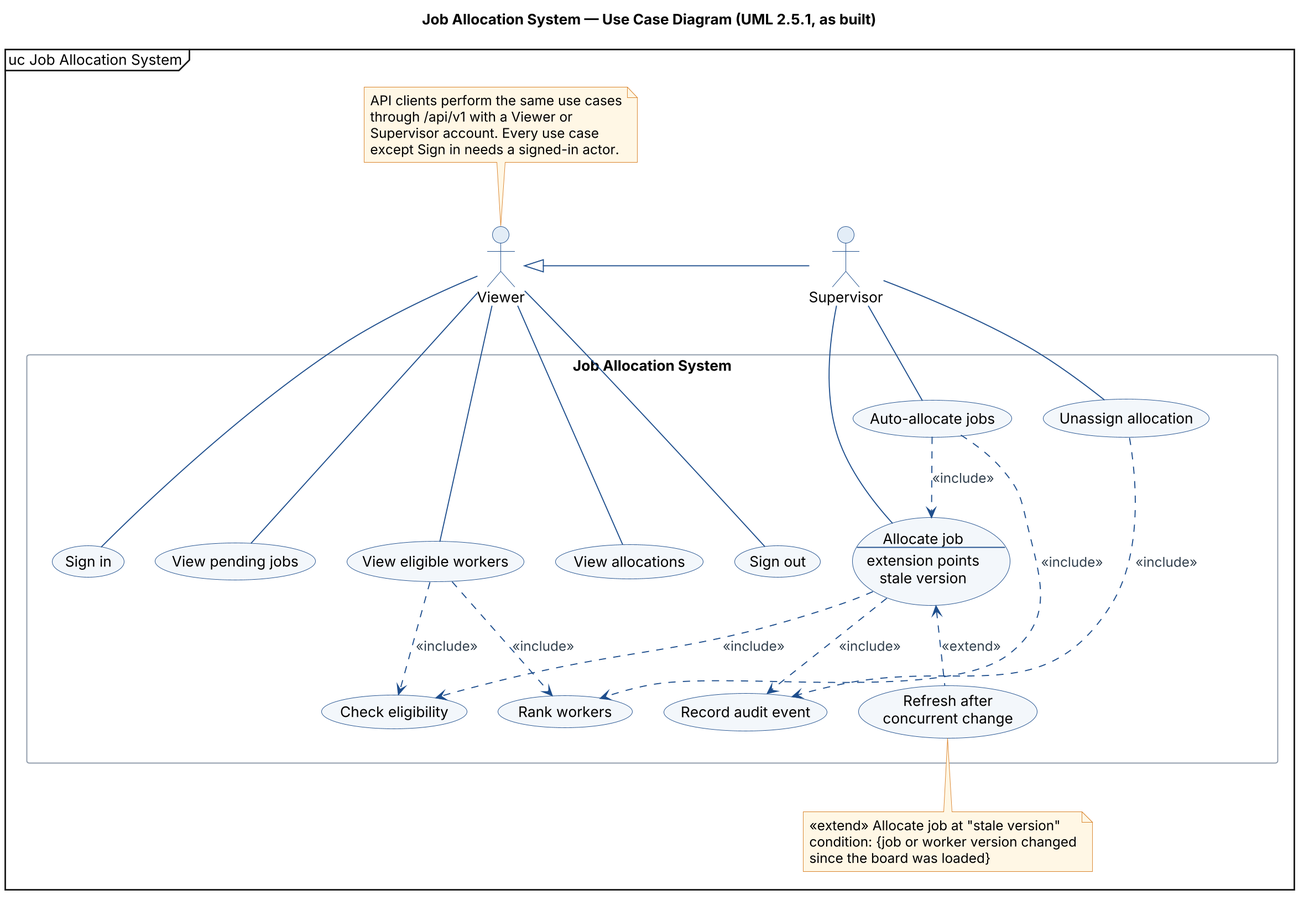
jaricsng/ooad-3tier-job-allocation keeps this PlantUML diagram as diagrams/png/15-usecase.png. Above is the earlier version.
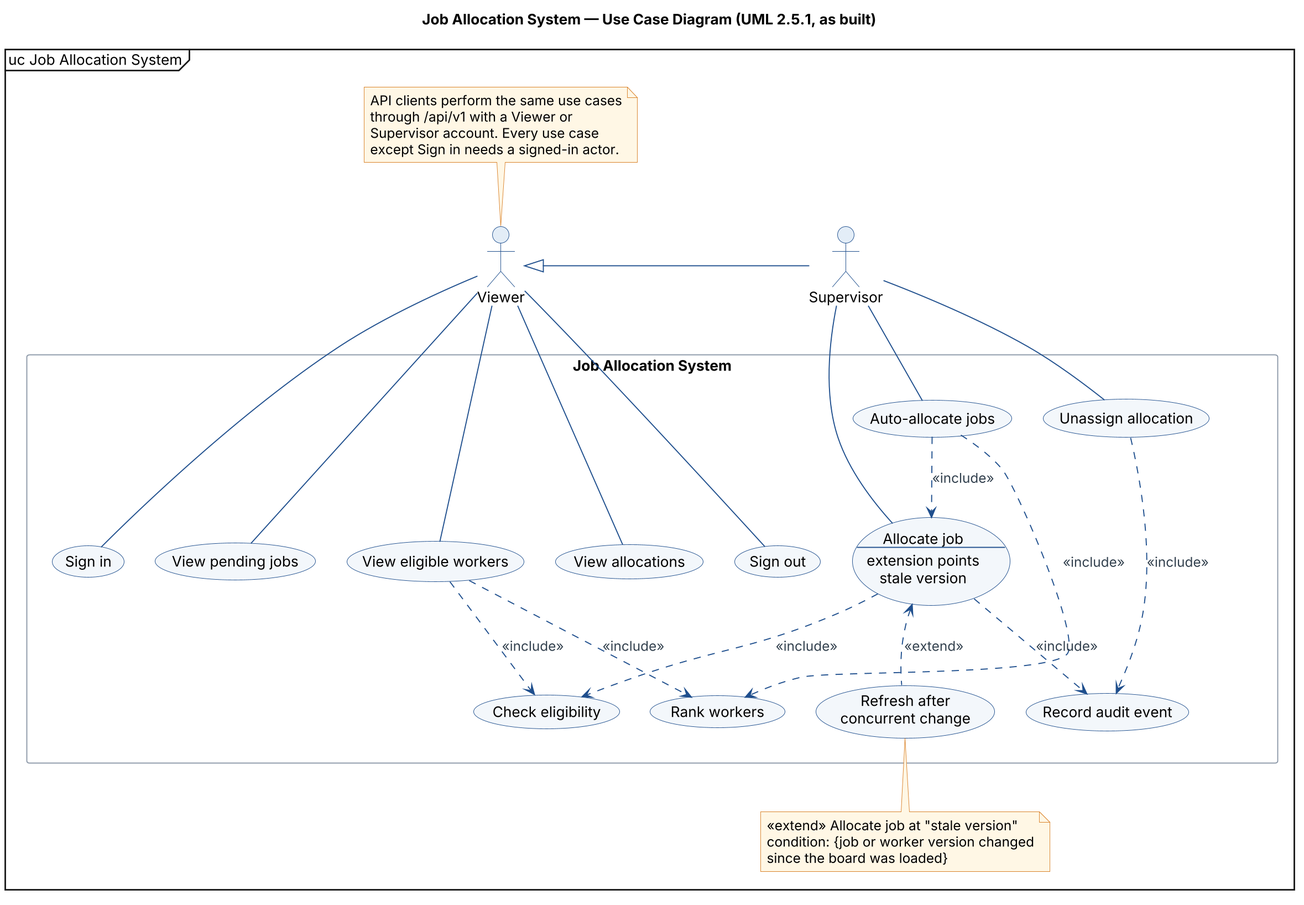
Later version of the same file.

Commit message:
docs(uml): place Record audit event to the right of Refresh after concurrent change

What changed in the source:
```diff
@@ -26,12 +26,12 @@
     usecase "Allocate job\n--\nextension points\nstale version" as UC_ALLOC
     usecase "Auto-allocate jobs" as UC_AUTO
     usecase "Unassign allocation" as UC_UN
-    usecase "Refresh after\nconcurrent change" as UC_CONFLICT
   }
   together {
     usecase "Rank workers" as UC_RANK
+    usecase "Record audit event" as UC_AUDIT
     usecase "Check eligibility" as UC_CHECK
-    usecase "Record audit event" as UC_AUDIT
+    usecase "Refresh after\nconcurrent change" as UC_CONFLICT
   }
 }
 
```
